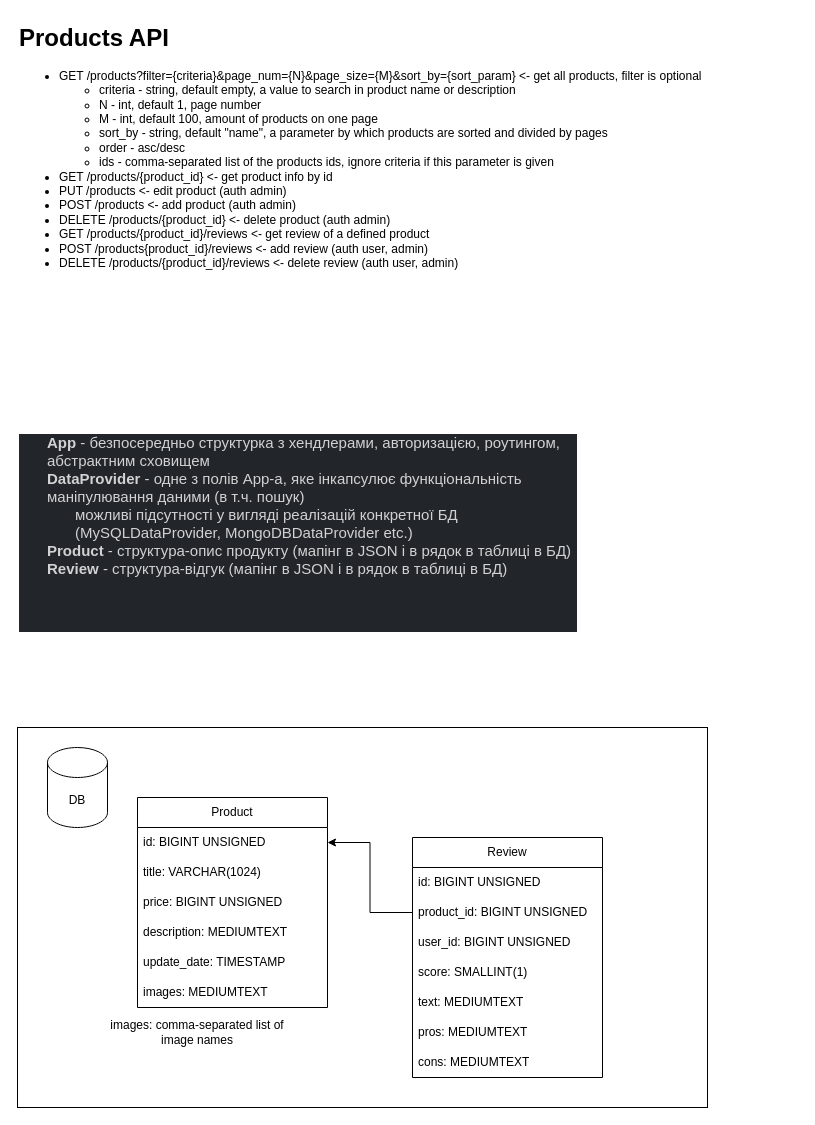
This is Products API.drawio from ArtemUgrimov/products_api, a draw.io file, before an edit. Source tidied: cells renumbered, new cells numbered last; positions are measured from the earlier drawing's top-left corner, leaving out a move shared by most shapes. Both pictures are drawn from the tidied source at 100%, with x=0, y=0 at pixel (17, 17).
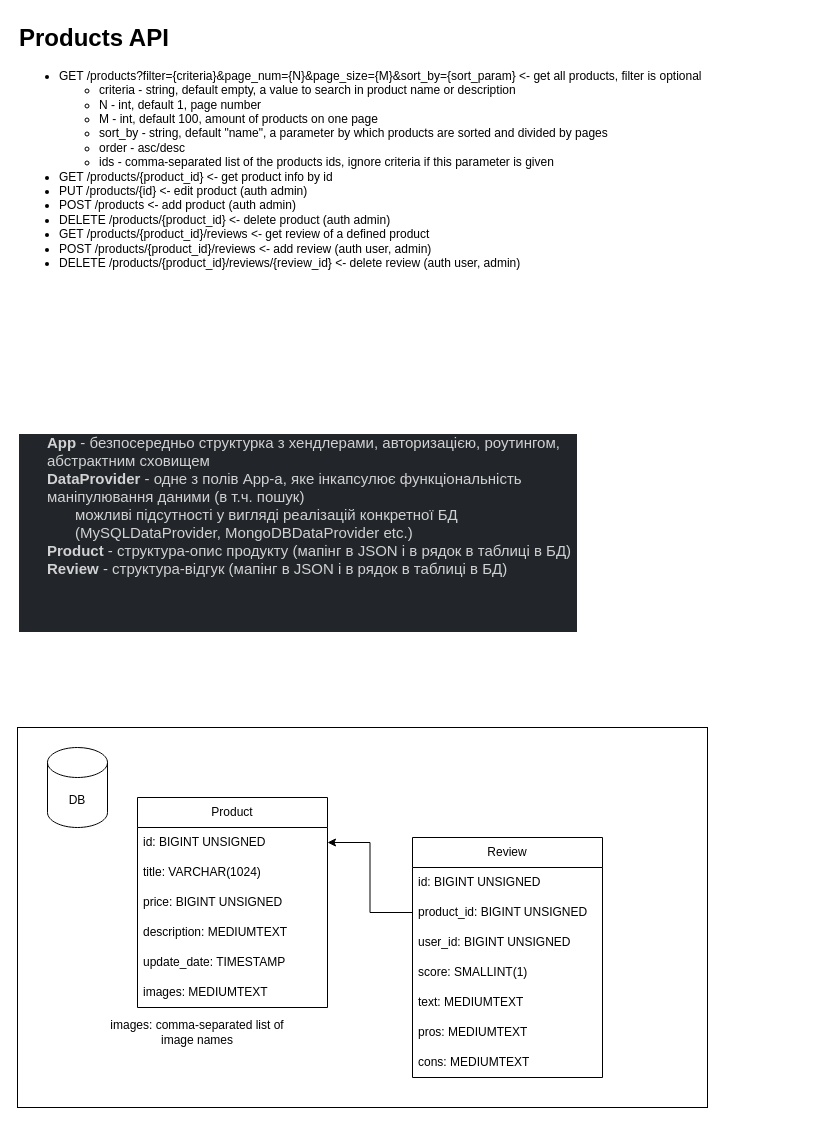
The same diagram, later.

Change to the diagram source:
```diff
@@
-    <mxCell id="2" value="&lt;h1 style=&quot;margin-top: 0px;&quot;&gt;Products API&lt;br&gt;&lt;/h1&gt;&lt;ul&gt;&lt;li&gt;GET /products?filter={criteria}&amp;amp;page_num={N}&amp;amp;page_size={M}&amp;amp;sort_by={sort_param} &amp;lt;- get all products, filter is optional&lt;/li&gt;&lt;ul&gt;&lt;li&gt;criteria - string, default empty, a value to search in product name or description&lt;/li&gt;&lt;li&gt;N - int, default 1, page number&lt;/li&gt;&lt;li&gt;M - int, default 100, amount of products on one page&lt;/li&gt;&lt;li&gt;sort_by - string, default &quot;name&quot;, a parameter by which products are sorted and divided by pages&lt;br&gt;&lt;/li&gt;&lt;li&gt;order - asc/desc&lt;/li&gt;&lt;li&gt;ids - comma-separated list of the products ids, ignore criteria if this parameter is given&lt;br&gt;&lt;/li&gt;&lt;/ul&gt;&lt;li&gt;GET /products/{product_id} &amp;lt;- get product info by id&lt;/li&gt;&lt;li&gt;&lt;span style=&quot;background-color: initial;&quot;&gt;PUT /products &amp;lt;- edit product (auth admin)&lt;/span&gt;&lt;br&gt;&lt;/li&gt;&lt;li&gt;POST /products &amp;lt;- add product (auth admin)&lt;br&gt;&lt;/li&gt;&lt;li&gt;DELETE /products/{product_id} &amp;lt;- delete product (auth admin)&lt;br&gt;&lt;/li&gt;&lt;li&gt;GET /products/{product_id}/reviews &amp;lt;- get review of a defined product&lt;/li&gt;&lt;li&gt;POST /products{product_id}/reviews&amp;nbsp;&amp;lt;- add review (auth user, admin)&lt;br&gt;&lt;/li&gt;&lt;li&gt;DELETE /products/{product_id}/reviews&amp;nbsp;&amp;lt;- delete review (auth user, admin)&lt;/li&gt;&lt;/ul&gt;" style="text;html=1;whiteSpace=wrap;overflow=hidden;rounded=0;" parent="1" vertex="1">
+    <mxCell id="2" value="&lt;h1 style=&quot;margin-top: 0px;&quot;&gt;Products API&lt;br&gt;&lt;/h1&gt;&lt;ul&gt;&lt;li&gt;GET /products?filter={criteria}&amp;amp;page_num={N}&amp;amp;page_size={M}&amp;amp;sort_by={sort_param} &amp;lt;- get all products, filter is optional&lt;/li&gt;&lt;ul&gt;&lt;li&gt;criteria - string, default empty, a value to search in product name or description&lt;/li&gt;&lt;li&gt;N - int, default 1, page number&lt;/li&gt;&lt;li&gt;M - int, default 100, amount of products on one page&lt;/li&gt;&lt;li&gt;sort_by - string, default &quot;name&quot;, a parameter by which products are sorted and divided by pages&lt;br&gt;&lt;/li&gt;&lt;li&gt;order - asc/desc&lt;/li&gt;&lt;li&gt;ids - comma-separated list of the products ids, ignore criteria if this parameter is given&lt;br&gt;&lt;/li&gt;&lt;/ul&gt;&lt;li&gt;GET /products/{product_id} &amp;lt;- get product info by id&lt;/li&gt;&lt;li&gt;&lt;span style=&quot;background-color: initial;&quot;&gt;PUT /products/{id} &amp;lt;- edit product (auth admin)&lt;/span&gt;&lt;br&gt;&lt;/li&gt;&lt;li&gt;POST /products &amp;lt;- add product (auth admin)&lt;br&gt;&lt;/li&gt;&lt;li&gt;DELETE /products/{product_id} &amp;lt;- delete product (auth admin)&lt;br&gt;&lt;/li&gt;&lt;li&gt;GET /products/{product_id}/reviews &amp;lt;- get review of a defined product&lt;/li&gt;&lt;li&gt;POST /products/{product_id}/reviews&amp;nbsp;&amp;lt;- add review (auth user, admin)&lt;br&gt;&lt;/li&gt;&lt;li&gt;DELETE /products/{product_id}/reviews/{review_id} &amp;lt;- delete review (auth user, admin)&lt;/li&gt;&lt;/ul&gt;" style="text;html=1;whiteSpace=wrap;overflow=hidden;rounded=0;" parent="1" vertex="1">
       <mxGeometry width="780" height="280" as="geometry" />
     </mxCell>
```
